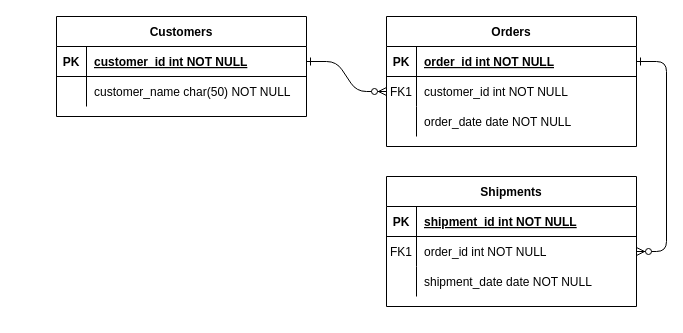
ToanNCK/Diagrams keeps this draw.io diagram as Biểu đồ không có tiêu đề.drawio. Above is the earlier version. Source tidied: cells renumbered, new cells numbered last; positions are measured from the earlier drawing's top-left corner, leaving out a move shared by most shapes. Both pictures are drawn from the tidied source at 100%, with x=0, y=0 at pixel (56, 16).
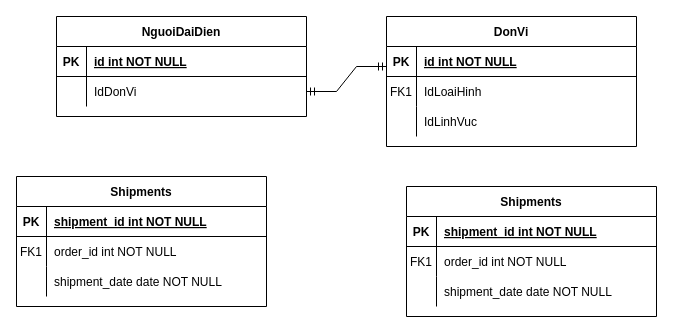
Above is the later version.

Commit message:
Cập nhật Biểu đồ không có tiêu đề.drawio

Unchanged cells that the change refers to:
```xml
<mxCell id="5" style="shape=partialRectangle;fillColor=none;points=[[0,0.5],[1,0.5]];portConstraint=eastwest;top=0;left=0;right=0;bottom=1;" parent="4" vertex="1">
  <mxGeometry y="30" width="250" height="30" as="geometry" />
</mxCell>
<mxCell id="8" style="shape=partialRectangle;fillColor=none;points=[[0,0.5],[1,0.5]];portConstraint=eastwest;top=0;left=0;right=0;bottom=0;" parent="4" vertex="1">
  <mxGeometry y="60" width="250" height="30" as="geometry" />
</mxCell>
<mxCell id="11" style="shape=partialRectangle;fillColor=none;top=0;left=0;right=0;bottom=0;" parent="4" vertex="1">
  <mxGeometry y="90" width="250" height="30" as="geometry" />
</mxCell>
<mxCell id="18" style="shape=partialRectangle;fillColor=none;points=[[0,0.5],[1,0.5]];portConstraint=eastwest;top=0;left=0;right=0;bottom=0;" parent="14" vertex="1">
  <mxGeometry y="60" width="250" height="30" as="geometry" />
</mxCell>
<mxCell id="25" style="shape=partialRectangle;fillColor=none;points=[[0,0.5],[1,0.5]];portConstraint=eastwest;top=0;left=0;right=0;bottom=1;" parent="24" vertex="1">
  <mxGeometry y="30" width="250" height="30" as="geometry" />
</mxCell>
<mxCell id="28" style="shape=partialRectangle;fillColor=none;points=[[0,0.5],[1,0.5]];portConstraint=eastwest;top=0;left=0;right=0;bottom=0;" parent="24" vertex="1">
  <mxGeometry y="60" width="250" height="30" as="geometry" />
</mxCell>
```

Change to the diagram source:
```diff
@@
-    <mxCell id="2" style="edgeStyle=entityRelationEdgeStyle;endArrow=ERzeroToMany;startArrow=ERone;endFill=1;startFill=0;" parent="1" edge="1" source="25" target="8">
-      <mxGeometry relative="1" as="geometry" />
-    </mxCell>
-    <mxCell id="3" style="edgeStyle=entityRelationEdgeStyle;endArrow=ERzeroToMany;startArrow=ERone;endFill=1;startFill=0;" parent="1" edge="1" source="5" target="18">
-      <mxGeometry relative="1" as="geometry" />
-    </mxCell>
-    <mxCell id="4" value="Orders" style="shape=table;startSize=30;childLayout=tableLayout;rowLines=0;fontStyle=1;align=center;" parent="1" vertex="1">
+    <mxCell id="4" value="DonVi" style="shape=table;startSize=30;childLayout=tableLayout;rowLines=0;fontStyle=1;align=center;" parent="1" vertex="1">
       <mxGeometry x="330" width="250" height="130" as="geometry" />
     </mxCell>
@@
-    <mxCell id="7" value="order_id int NOT NULL " style="shape=partialRectangle;overflow=hidden;fillColor=none;top=0;left=0;bottom=0;right=0;align=left;spacingLeft=6;fontStyle=5;" parent="5" vertex="1">
+    <mxCell id="7" value="id int NOT NULL " style="shape=partialRectangle;overflow=hidden;fillColor=none;top=0;left=0;bottom=0;right=0;align=left;spacingLeft=6;fontStyle=5;" parent="5" vertex="1">
       <mxGeometry x="30" width="220" height="30" as="geometry" />
     </mxCell>
@@
-    <mxCell id="10" value="customer_id int NOT NULL" style="shape=partialRectangle;overflow=hidden;fillColor=none;top=0;left=0;bottom=0;right=0;align=left;spacingLeft=6;" parent="8" vertex="1">
+    <mxCell id="10" value="IdLoaiHinh" style="shape=partialRectangle;overflow=hidden;fillColor=none;top=0;left=0;bottom=0;right=0;align=left;spacingLeft=6;" parent="8" vertex="1">
       <mxGeometry x="30" width="220" height="30" as="geometry" />
     </mxCell>
@@
-    <mxCell id="13" value="order_date date NOT NULL" style="shape=partialRectangle;overflow=hidden;fillColor=none;top=0;left=0;bottom=0;right=0;align=left;spacingLeft=6;" parent="11" vertex="1">
+    <mxCell id="13" value="IdLinhVuc" style="shape=partialRectangle;overflow=hidden;fillColor=none;top=0;left=0;bottom=0;right=0;align=left;spacingLeft=6;" parent="11" vertex="1">
       <mxGeometry x="30" width="220" height="30" as="geometry" />
     </mxCell>
     <mxCell id="14" value="Shipments" style="shape=table;startSize=30;childLayout=tableLayout;rowLines=0;fontStyle=1;align=center;" parent="1" vertex="1">
-      <mxGeometry x="330" y="160" width="250" height="130" as="geometry" />
+      <mxGeometry x="-40" y="160" width="250" height="130" as="geometry" />
     </mxCell>
@@
-    <mxCell id="24" value="Customers" style="shape=table;startSize=30;childLayout=tableLayout;rowLines=0;fontStyle=1;align=center;" parent="1" vertex="1">
+    <mxCell id="24" value="NguoiDaiDien" style="shape=table;startSize=30;childLayout=tableLayout;rowLines=0;fontStyle=1;align=center;" parent="1" vertex="1">
       <mxGeometry width="250" height="100" as="geometry" />
     </mxCell>
@@
-    <mxCell id="27" value="customer_id int NOT NULL " style="shape=partialRectangle;overflow=hidden;fillColor=none;top=0;left=0;bottom=0;right=0;align=left;spacingLeft=6;fontStyle=5;" parent="25" vertex="1">
+    <mxCell id="27" value="id int NOT NULL " style="shape=partialRectangle;overflow=hidden;fillColor=none;top=0;left=0;bottom=0;right=0;align=left;spacingLeft=6;fontStyle=5;" parent="25" vertex="1">
       <mxGeometry x="30" width="220" height="30" as="geometry" />
     </mxCell>
@@
-    <mxCell id="30" value="customer_name char(50) NOT NULL" style="shape=partialRectangle;overflow=hidden;fillColor=none;top=0;left=0;bottom=0;right=0;align=left;spacingLeft=6;" parent="28" vertex="1">
+    <mxCell id="30" value="IdDonVi" style="shape=partialRectangle;overflow=hidden;fillColor=none;top=0;left=0;bottom=0;right=0;align=left;spacingLeft=6;" parent="28" vertex="1">
       <mxGeometry x="30" width="220" height="30" as="geometry" />
     </mxCell>
+    <mxCell id="31" style="edgeStyle=entityRelationEdgeStyle;fontSize=12;html=1;endArrow=ERmandOne;startArrow=ERmandOne;rounded=0;" parent="1" edge="1" source="28">
+      <mxGeometry relative="1" as="geometry">
+        <mxPoint x="330" y="50" as="targetPoint" />
+      </mxGeometry>
+    </mxCell>
+    <mxCell id="32" value="Shipments" style="shape=table;startSize=30;childLayout=tableLayout;rowLines=0;fontStyle=1;align=center;" parent="1" vertex="1">
+      <mxGeometry x="350" y="170" width="250" height="130" as="geometry" />
+    </mxCell>
+    <mxCell id="33" style="shape=partialRectangle;fillColor=none;top=0;left=0;right=0;bottom=1;" parent="32" vertex="1">
+      <mxGeometry y="30" width="250" height="30" as="geometry" />
+    </mxCell>
+    <mxCell id="34" value="PK" style="shape=partialRectangle;overflow=hidden;fillColor=none;top=0;left=0;bottom=0;right=0;fontStyle=1;" parent="33" vertex="1">
+      <mxGeometry width="30" height="30" as="geometry" />
+    </mxCell>
+    <mxCell id="35" value="shipment_id int NOT NULL " style="shape=partialRectangle;overflow=hidden;fillColor=none;top=0;left=0;bottom=0;right=0;align=left;spacingLeft=6;fontStyle=5;" parent="33" vertex="1">
+      <mxGeometry x="30" width="220" height="30" as="geometry" />
+    </mxCell>
+    <mxCell id="36" style="shape=partialRectangle;fillColor=none;top=0;left=0;right=0;bottom=0;" parent="32" vertex="1">
+      <mxGeometry y="60" width="250" height="30" as="geometry" />
+    </mxCell>
+    <mxCell id="37" value="FK1" style="shape=partialRectangle;overflow=hidden;fillColor=none;top=0;left=0;bottom=0;right=0;" parent="36" vertex="1">
+      <mxGeometry width="30" height="30" as="geometry" />
+    </mxCell>
+    <mxCell id="38" value="order_id int NOT NULL" style="shape=partialRectangle;overflow=hidden;fillColor=none;top=0;left=0;bottom=0;right=0;align=left;spacingLeft=6;" parent="36" vertex="1">
+      <mxGeometry x="30" width="220" height="30" as="geometry" />
+    </mxCell>
+    <mxCell id="39" style="shape=partialRectangle;fillColor=none;top=0;left=0;right=0;bottom=0;" parent="32" vertex="1">
+      <mxGeometry y="90" width="250" height="30" as="geometry" />
+    </mxCell>
+    <mxCell id="40" style="shape=partialRectangle;overflow=hidden;fillColor=none;top=0;left=0;bottom=0;right=0;" parent="39" vertex="1">
+      <mxGeometry width="30" height="30" as="geometry" />
+    </mxCell>
+    <mxCell id="41" value="shipment_date date NOT NULL" style="shape=partialRectangle;overflow=hidden;fillColor=none;top=0;left=0;bottom=0;right=0;align=left;spacingLeft=6;" parent="39" vertex="1">
+      <mxGeometry x="30" width="220" height="30" as="geometry" />
+    </mxCell>
```
